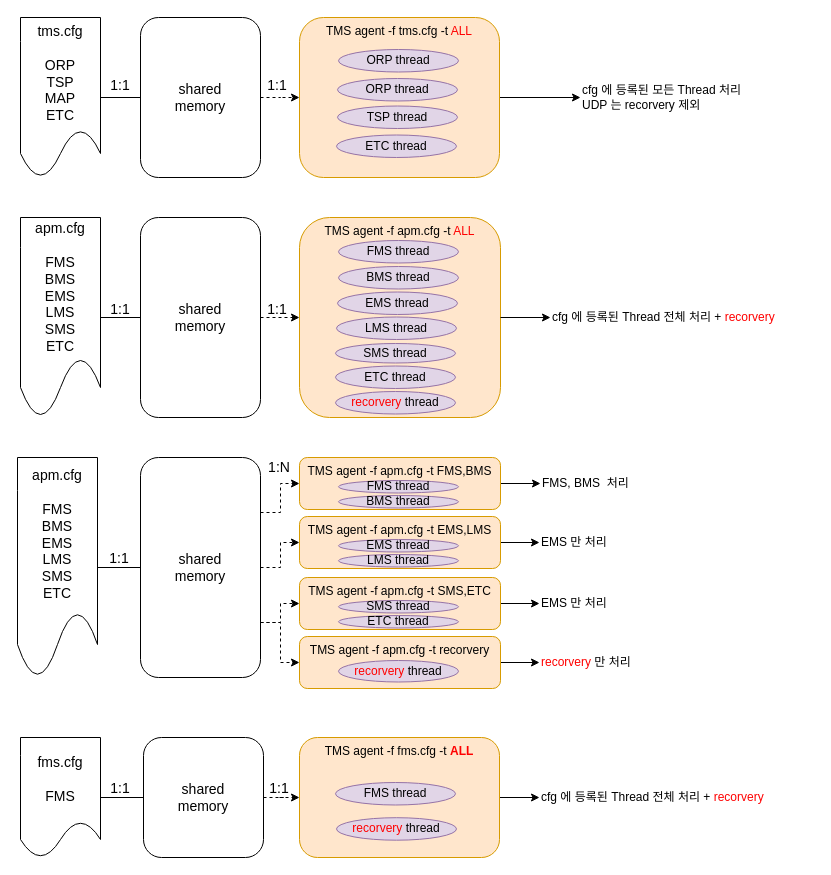
Earlier version of the draw.io diagram page "cfg과 thread간 관계" (5 of 6) of 제목 없는 다이어그램.drawio (aim65k/nextrade2). Source tidied: cells renumbered, new cells numbered last; positions are measured from the earlier drawing's top-left corner, leaving out a move shared by most shapes. Both pictures are drawn from the tidied source at 100%, with x=0, y=0 at pixel (17, 17).
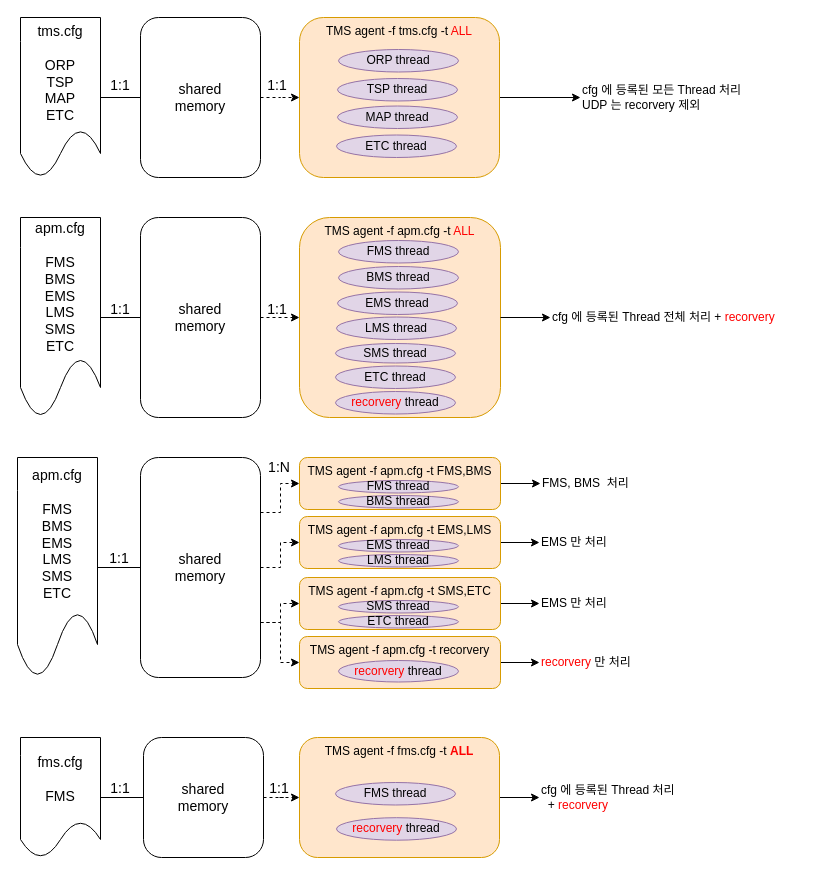
Above is the later version.

Commit message:
제목 없는 다이어그램.drawio 업데이트

What changed in the source:
```diff
@@
-    <mxCell id="30" value="cfg 에 등록된 Thread 전체 처리 + &lt;font color=&quot;#ff0000&quot;&gt;recorvery&lt;/font&gt;" style="text;html=1;strokeColor=none;fillColor=none;align=left;verticalAlign=middle;whiteSpace=wrap;rounded=0;" parent="1" vertex="1">
-      <mxGeometry x="522" y="765" width="233" height="30" as="geometry" />
+    <mxCell id="30" value="cfg 에 등록된 Thread 처리&lt;br&gt;&amp;nbsp; + &lt;font color=&quot;#ff0000&quot;&gt;recorvery&lt;/font&gt;" style="text;html=1;strokeColor=none;fillColor=none;align=left;verticalAlign=middle;whiteSpace=wrap;rounded=0;" parent="1" vertex="1">
+      <mxGeometry x="522" y="765" width="153" height="30" as="geometry" />
     </mxCell>
-    <mxCell id="31" value="TSP thread" style="ellipse;whiteSpace=wrap;html=1;fillColor=#e1d5e7;strokeColor=#9673a6;" parent="1" vertex="1">
+    <mxCell id="31" value="MAP thread" style="ellipse;whiteSpace=wrap;html=1;fillColor=#e1d5e7;strokeColor=#9673a6;" parent="1" vertex="1">
       <mxGeometry x="320" y="88.5" width="120" height="22.5" as="geometry" />
     </mxCell>
@@
-    <mxCell id="33" value="ORP thread" style="ellipse;whiteSpace=wrap;html=1;fillColor=#e1d5e7;strokeColor=#9673a6;" parent="1" vertex="1">
+    <mxCell id="33" value="TSP thread" style="ellipse;whiteSpace=wrap;html=1;fillColor=#e1d5e7;strokeColor=#9673a6;" parent="1" vertex="1">
       <mxGeometry x="320" y="61" width="120" height="22.5" as="geometry" />
     </mxCell>
```
